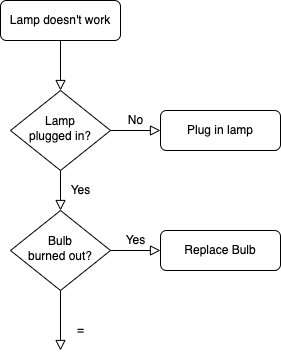
This is docker.png from liu-me/diagrams, a draw.io export, as it was before one commit. Source tidied: cells renumbered, new cells last; positions are measured from the earlier drawing's top-left corner, leaving out a move shared by most shapes.
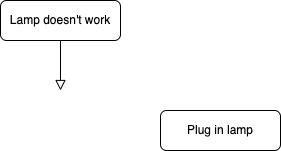
The same file after the commit.

What changed in the source:
```diff
@@ -2,37 +2,16 @@
   <root>
     <mxCell id="0" />
     <mxCell id="1" parent="0" />
-    <mxCell id="2" style="rounded=0;html=1;jettySize=auto;fontSize=11;endArrow=block;endFill=0;endSize=8;strokeWidth=1;shadow=0;labelBackgroundColor=none;edgeStyle=orthogonalEdgeStyle;" parent="1" edge="1" source="3" target="6">
-      <mxGeometry relative="1" as="geometry" />
+    <mxCell id="2" style="rounded=0;html=1;jettySize=auto;fontSize=11;endArrow=block;endFill=0;endSize=8;strokeWidth=1;shadow=0;labelBackgroundColor=none;edgeStyle=orthogonalEdgeStyle;" parent="1" edge="1" source="3">
+      <mxGeometry relative="1" as="geometry">
+        <mxPoint x="60" y="90" as="targetPoint" />
+      </mxGeometry>
     </mxCell>
     <mxCell id="3" value="Lamp doesn't work" style="rounded=1;whiteSpace=wrap;html=1;fontSize=12;glass=0;strokeWidth=1;shadow=0;" parent="1" vertex="1">
       <mxGeometry width="120" height="40" as="geometry" />
     </mxCell>
-    <mxCell id="4" value="Yes" style="rounded=0;html=1;jettySize=auto;fontSize=11;endArrow=block;endFill=0;endSize=8;strokeWidth=1;shadow=0;labelBackgroundColor=none;edgeStyle=orthogonalEdgeStyle;" parent="1" edge="1" source="6" target="10">
-      <mxGeometry y="20" relative="1" as="geometry" />
-    </mxCell>
-    <mxCell id="5" value="No" style="edgeStyle=orthogonalEdgeStyle;rounded=0;html=1;jettySize=auto;fontSize=11;endArrow=block;endFill=0;endSize=8;strokeWidth=1;shadow=0;labelBackgroundColor=none;" parent="1" edge="1" source="6" target="7">
-      <mxGeometry y="10" relative="1" as="geometry" />
-    </mxCell>
-    <mxCell id="6" value="Lamp&lt;br&gt;plugged in?" style="rhombus;whiteSpace=wrap;html=1;shadow=0;fontFamily=Helvetica;fontSize=12;align=center;strokeWidth=1;spacing=6;spacingTop=-4;" parent="1" vertex="1">
-      <mxGeometry x="10" y="90" width="100" height="80" as="geometry" />
-    </mxCell>
     <mxCell id="7" value="Plug in lamp" style="rounded=1;whiteSpace=wrap;html=1;fontSize=12;glass=0;strokeWidth=1;shadow=0;" parent="1" vertex="1">
       <mxGeometry x="160" y="110" width="120" height="40" as="geometry" />
     </mxCell>
-    <mxCell id="8" value="=" style="rounded=0;html=1;jettySize=auto;fontSize=11;endArrow=block;endFill=0;endSize=8;strokeWidth=1;shadow=0;labelBackgroundColor=none;edgeStyle=orthogonalEdgeStyle;" parent="1" edge="1" source="10">
-      <mxGeometry x="0.33" y="20" relative="1" as="geometry">
-        <mxPoint x="60" y="350" as="targetPoint" />
-      </mxGeometry>
-    </mxCell>
-    <mxCell id="9" value="Yes" style="edgeStyle=orthogonalEdgeStyle;rounded=0;html=1;jettySize=auto;fontSize=11;endArrow=block;endFill=0;endSize=8;strokeWidth=1;shadow=0;labelBackgroundColor=none;" parent="1" edge="1" source="10" target="11">
-      <mxGeometry y="10" relative="1" as="geometry" />
-    </mxCell>
-    <mxCell id="10" value="Bulb&lt;br&gt;burned out?" style="rhombus;whiteSpace=wrap;html=1;shadow=0;fontFamily=Helvetica;fontSize=12;align=center;strokeWidth=1;spacing=6;spacingTop=-4;" parent="1" vertex="1">
-      <mxGeometry x="10" y="210" width="100" height="80" as="geometry" />
-    </mxCell>
-    <mxCell id="11" value="Replace Bulb" style="rounded=1;whiteSpace=wrap;html=1;fontSize=12;glass=0;strokeWidth=1;shadow=0;" parent="1" vertex="1">
-      <mxGeometry x="160" y="230" width="120" height="40" as="geometry" />
-    </mxCell>
   </root>
 </mxGraphModel>
```
